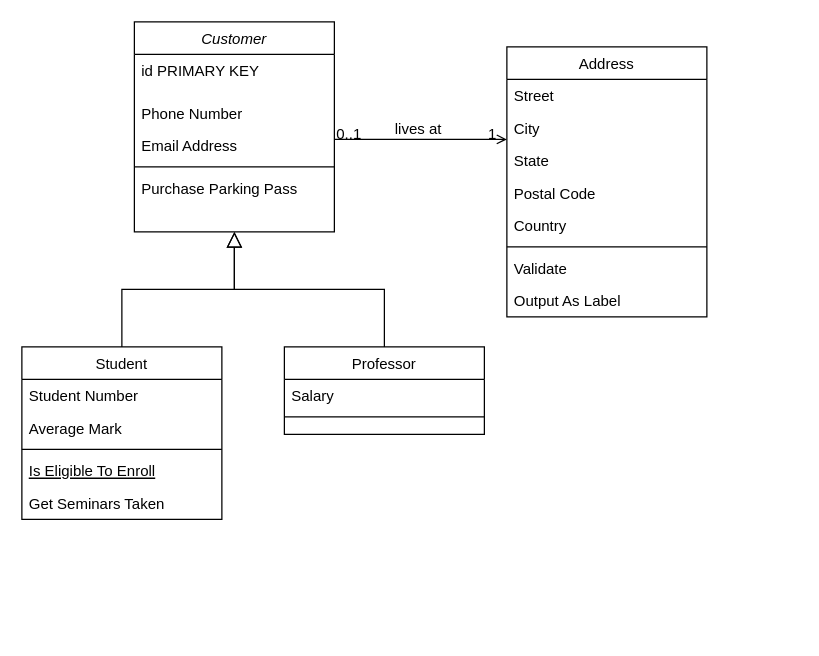
This is Untitled Diagram.drawio from astarinamaulida/cravings, a draw.io file, before an edit. Source tidied: cells renumbered, new cells numbered last; positions are measured from the earlier drawing's top-left corner, leaving out a move shared by most shapes. Both pictures are drawn from the tidied source at 125%, with x=0, y=0 at pixel (21, 21).
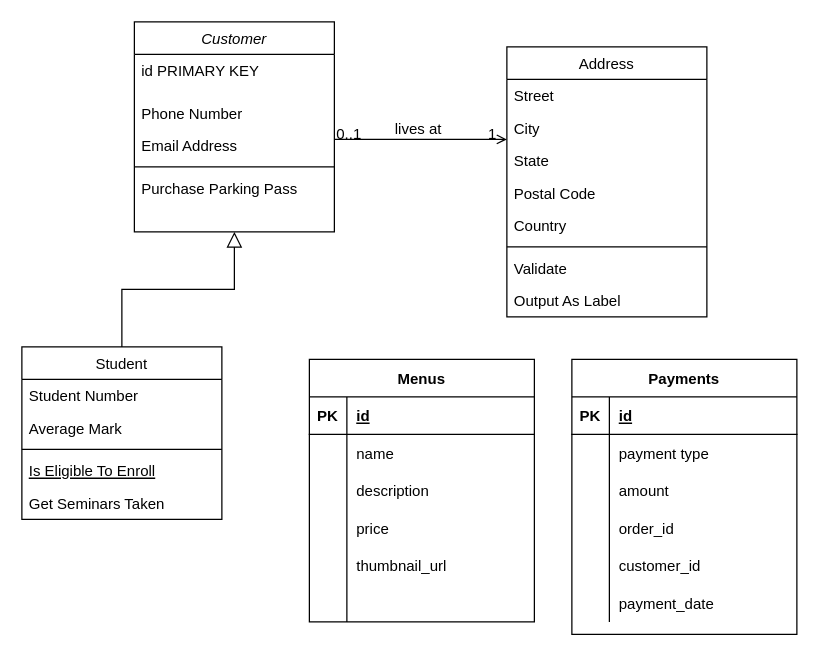
The same page after the edit.

The change refers to these unchanged cells:
```xml
<mxCell id="2" value="Customer" style="swimlane;fontStyle=2;align=center;verticalAlign=top;horizontal=1;startSize=26;rounded=0;shadow=0;strokeWidth=1;" parent="1" vertex="1">
  <mxGeometry x="90" width="160" height="168" as="geometry" />
</mxCell>
```

The edit, as a diff of the source:
```diff
@@
-    <mxCell id="3" value="id PRIMARY KEY" style="text;align=left;verticalAlign=top;spacingLeft=4;spacingRight=4;overflow=hidden;" parent="2" vertex="1">
+    <mxCell id="3" value="id PRIMARY KEY" style="text;align=left;verticalAlign=top;spacingLeft=4;spacingRight=4;overflow=hidden;whiteSpace=wrap;" parent="2" vertex="1">
       <mxGeometry y="26" width="160" height="34" as="geometry" />
     </mxCell>
@@
-    <mxCell id="15" value="Professor" style="swimlane;fontStyle=0;align=center;verticalAlign=top;horizontal=1;startSize=26;rounded=0;shadow=0;strokeWidth=1;" parent="1" vertex="1">
-      <mxGeometry x="210" y="260" width="160" height="70" as="geometry" />
-    </mxCell>
-    <mxCell id="16" value="Salary" style="text;align=left;verticalAlign=top;spacingLeft=4;spacingRight=4;overflow=hidden;" parent="15" vertex="1">
-      <mxGeometry y="26" width="160" height="26" as="geometry" />
-    </mxCell>
-    <mxCell id="17" style="line;html=1;strokeWidth=1;align=left;verticalAlign=middle;spacingTop=-1;spacingLeft=3;spacingRight=3;labelPosition=right;" parent="15" vertex="1">
-      <mxGeometry y="52" width="160" height="8" as="geometry" />
-    </mxCell>
-    <mxCell id="18" style="endArrow=block;endSize=10;endFill=0;shadow=0;strokeWidth=1;rounded=0;edgeStyle=elbowEdgeStyle;elbow=vertical;" parent="1" edge="1" source="15" target="2">
-      <mxGeometry relative="1" as="geometry" />
-    </mxCell>
@@
+    <mxCell id="32" value="Payments" style="shape=table;startSize=30;childLayout=tableLayout;rowLines=0;fontStyle=1;align=center;" parent="1" vertex="1">
+      <mxGeometry x="440" y="270" width="180" height="220" as="geometry" />
+    </mxCell>
+    <mxCell id="33" style="shape=partialRectangle;fillColor=none;top=0;left=0;bottom=1;right=0;" parent="32" vertex="1">
+      <mxGeometry y="30" width="180" height="30" as="geometry" />
+    </mxCell>
+    <mxCell id="34" value="PK" style="shape=partialRectangle;fillColor=none;top=0;left=0;bottom=0;right=0;fontStyle=1;overflow=hidden;" parent="33" vertex="1">
+      <mxGeometry width="30" height="30" as="geometry" />
+    </mxCell>
+    <mxCell id="35" value="id" style="shape=partialRectangle;fillColor=none;top=0;left=0;bottom=0;right=0;align=left;spacingLeft=6;fontStyle=5;overflow=hidden;" parent="33" vertex="1">
+      <mxGeometry x="30" width="150" height="30" as="geometry" />
+    </mxCell>
+    <mxCell id="36" style="shape=partialRectangle;fillColor=none;top=0;left=0;bottom=0;right=0;" parent="32" vertex="1">
+      <mxGeometry y="60" width="180" height="30" as="geometry" />
+    </mxCell>
+    <mxCell id="37" style="shape=partialRectangle;fillColor=none;top=0;left=0;bottom=0;right=0;overflow=hidden;" parent="36" vertex="1">
+      <mxGeometry width="30" height="30" as="geometry" />
+    </mxCell>
+    <mxCell id="38" value="payment type" style="shape=partialRectangle;fillColor=none;top=0;left=0;bottom=0;right=0;align=left;spacingLeft=6;overflow=hidden;" parent="36" vertex="1">
+      <mxGeometry x="30" width="150" height="30" as="geometry" />
+    </mxCell>
+    <mxCell id="39" style="shape=partialRectangle;fillColor=none;top=0;left=0;bottom=0;right=0;" parent="32" vertex="1">
+      <mxGeometry y="90" width="180" height="30" as="geometry" />
+    </mxCell>
+    <mxCell id="40" style="shape=partialRectangle;fillColor=none;top=0;left=0;bottom=0;right=0;overflow=hidden;" parent="39" vertex="1">
+      <mxGeometry width="30" height="30" as="geometry" />
+    </mxCell>
+    <mxCell id="41" value="amount" style="shape=partialRectangle;fillColor=none;top=0;left=0;bottom=0;right=0;align=left;spacingLeft=6;overflow=hidden;" parent="39" vertex="1">
+      <mxGeometry x="30" width="150" height="30" as="geometry" />
+    </mxCell>
+    <mxCell id="42" style="shape=partialRectangle;fillColor=none;top=0;left=0;bottom=0;right=0;" parent="32" vertex="1">
+      <mxGeometry y="120" width="180" height="30" as="geometry" />
+    </mxCell>
+    <mxCell id="43" style="shape=partialRectangle;fillColor=none;top=0;left=0;bottom=0;right=0;overflow=hidden;" parent="42" vertex="1">
+      <mxGeometry width="30" height="30" as="geometry" />
+    </mxCell>
+    <mxCell id="44" value="order_id" style="shape=partialRectangle;fillColor=none;top=0;left=0;bottom=0;right=0;align=left;spacingLeft=6;overflow=hidden;" parent="42" vertex="1">
+      <mxGeometry x="30" width="150" height="30" as="geometry" />
+    </mxCell>
+    <mxCell id="45" style="shape=partialRectangle;fillColor=none;top=0;left=0;bottom=0;right=0;" parent="32" vertex="1">
+      <mxGeometry y="150" width="180" height="30" as="geometry" />
+    </mxCell>
+    <mxCell id="46" style="shape=partialRectangle;fillColor=none;top=0;left=0;bottom=0;right=0;overflow=hidden;" parent="45" vertex="1">
+      <mxGeometry width="30" height="30" as="geometry" />
+    </mxCell>
+    <mxCell id="47" value="customer_id" style="shape=partialRectangle;fillColor=none;top=0;left=0;bottom=0;right=0;align=left;spacingLeft=6;overflow=hidden;" parent="45" vertex="1">
+      <mxGeometry x="30" width="150" height="30" as="geometry" />
+    </mxCell>
+    <mxCell id="48" style="shape=partialRectangle;fillColor=none;top=0;left=0;bottom=0;right=0;" parent="32" vertex="1">
+      <mxGeometry y="180" width="180" height="30" as="geometry" />
+    </mxCell>
+    <mxCell id="49" style="shape=partialRectangle;fillColor=none;top=0;left=0;bottom=0;right=0;overflow=hidden;" parent="48" vertex="1">
+      <mxGeometry width="30" height="30" as="geometry" />
+    </mxCell>
+    <mxCell id="50" value="payment_date" style="shape=partialRectangle;fillColor=none;top=0;left=0;bottom=0;right=0;align=left;spacingLeft=6;overflow=hidden;" parent="48" vertex="1">
+      <mxGeometry x="30" width="150" height="30" as="geometry" />
+    </mxCell>
+    <mxCell id="51" value="Menus" style="shape=table;startSize=30;childLayout=tableLayout;rowLines=0;fontStyle=1;align=center;" parent="1" vertex="1">
+      <mxGeometry x="230" y="270" width="180" height="210" as="geometry" />
+    </mxCell>
+    <mxCell id="52" style="shape=partialRectangle;fillColor=none;top=0;left=0;bottom=1;right=0;" parent="51" vertex="1">
+      <mxGeometry y="30" width="180" height="30" as="geometry" />
+    </mxCell>
+    <mxCell id="53" value="PK" style="shape=partialRectangle;fillColor=none;top=0;left=0;bottom=0;right=0;fontStyle=1;overflow=hidden;" parent="52" vertex="1">
+      <mxGeometry width="30" height="30" as="geometry" />
+    </mxCell>
+    <mxCell id="54" value="id" style="shape=partialRectangle;fillColor=none;top=0;left=0;bottom=0;right=0;align=left;spacingLeft=6;fontStyle=5;overflow=hidden;" parent="52" vertex="1">
+      <mxGeometry x="30" width="150" height="30" as="geometry" />
+    </mxCell>
+    <mxCell id="55" style="shape=partialRectangle;fillColor=none;top=0;left=0;bottom=0;right=0;" parent="51" vertex="1">
+      <mxGeometry y="60" width="180" height="30" as="geometry" />
+    </mxCell>
+    <mxCell id="56" style="shape=partialRectangle;fillColor=none;top=0;left=0;bottom=0;right=0;overflow=hidden;" parent="55" vertex="1">
+      <mxGeometry width="30" height="30" as="geometry" />
+    </mxCell>
+    <mxCell id="57" value="name" style="shape=partialRectangle;fillColor=none;top=0;left=0;bottom=0;right=0;align=left;spacingLeft=6;overflow=hidden;" parent="55" vertex="1">
+      <mxGeometry x="30" width="150" height="30" as="geometry" />
+    </mxCell>
+    <mxCell id="58" style="shape=partialRectangle;fillColor=none;top=0;left=0;bottom=0;right=0;" parent="51" vertex="1">
+      <mxGeometry y="90" width="180" height="30" as="geometry" />
+    </mxCell>
+    <mxCell id="59" style="shape=partialRectangle;fillColor=none;top=0;left=0;bottom=0;right=0;overflow=hidden;" parent="58" vertex="1">
+      <mxGeometry width="30" height="30" as="geometry" />
+    </mxCell>
+    <mxCell id="60" value="description" style="shape=partialRectangle;fillColor=none;top=0;left=0;bottom=0;right=0;align=left;spacingLeft=6;overflow=hidden;" parent="58" vertex="1">
+      <mxGeometry x="30" width="150" height="30" as="geometry" />
+    </mxCell>
+    <mxCell id="61" style="shape=partialRectangle;fillColor=none;top=0;left=0;bottom=0;right=0;" parent="51" vertex="1">
+      <mxGeometry y="120" width="180" height="30" as="geometry" />
+    </mxCell>
+    <mxCell id="62" style="shape=partialRectangle;fillColor=none;top=0;left=0;bottom=0;right=0;overflow=hidden;" parent="61" vertex="1">
+      <mxGeometry width="30" height="30" as="geometry" />
+    </mxCell>
+    <mxCell id="63" value="price" style="shape=partialRectangle;fillColor=none;top=0;left=0;bottom=0;right=0;align=left;spacingLeft=6;overflow=hidden;" parent="61" vertex="1">
+      <mxGeometry x="30" width="150" height="30" as="geometry" />
+    </mxCell>
+    <mxCell id="64" style="shape=partialRectangle;fillColor=none;top=0;left=0;bottom=0;right=0;" parent="51" vertex="1">
+      <mxGeometry y="150" width="180" height="30" as="geometry" />
+    </mxCell>
+    <mxCell id="65" style="shape=partialRectangle;fillColor=none;top=0;left=0;bottom=0;right=0;overflow=hidden;" parent="64" vertex="1">
+      <mxGeometry width="30" height="30" as="geometry" />
+    </mxCell>
+    <mxCell id="66" value="thumbnail_url" style="shape=partialRectangle;fillColor=none;top=0;left=0;bottom=0;right=0;align=left;spacingLeft=6;overflow=hidden;" parent="64" vertex="1">
+      <mxGeometry x="30" width="150" height="30" as="geometry" />
+    </mxCell>
+    <mxCell id="67" style="shape=partialRectangle;fillColor=none;top=0;left=0;bottom=0;right=0;" parent="51" vertex="1">
+      <mxGeometry y="180" width="180" height="30" as="geometry" />
+    </mxCell>
+    <mxCell id="68" style="shape=partialRectangle;fillColor=none;top=0;left=0;bottom=0;right=0;overflow=hidden;" parent="67" vertex="1">
+      <mxGeometry width="30" height="30" as="geometry" />
+    </mxCell>
+    <mxCell id="69" style="shape=partialRectangle;fillColor=none;top=0;left=0;bottom=0;right=0;align=left;spacingLeft=6;overflow=hidden;" parent="67" vertex="1">
+      <mxGeometry x="30" width="150" height="30" as="geometry" />
+    </mxCell>
```
